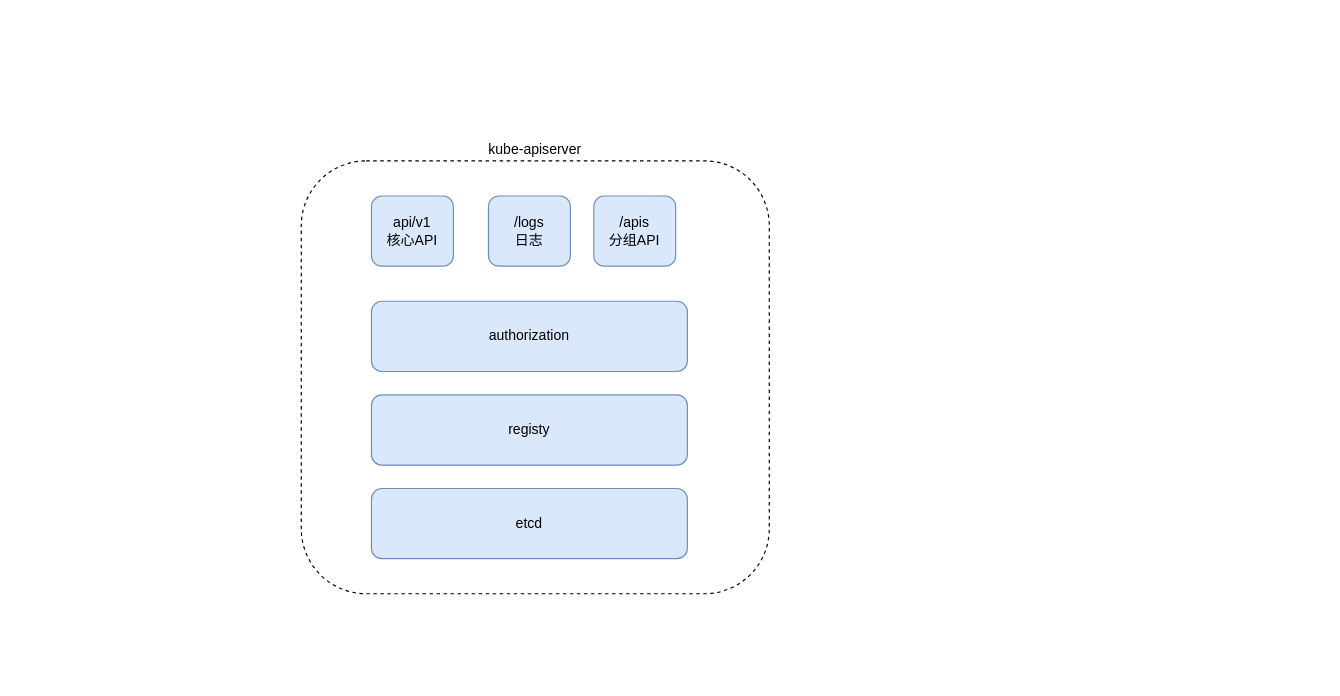
Above: kubernetes.drawio in Venurs/draw (draw.io), before the change. Source tidied: cells renumbered, new cells numbered last; positions are measured from the earlier drawing's top-left corner, leaving out a move shared by most shapes. Both pictures are drawn from the tidied source at 117%, with x=0, y=0 at pixel (301, 160).
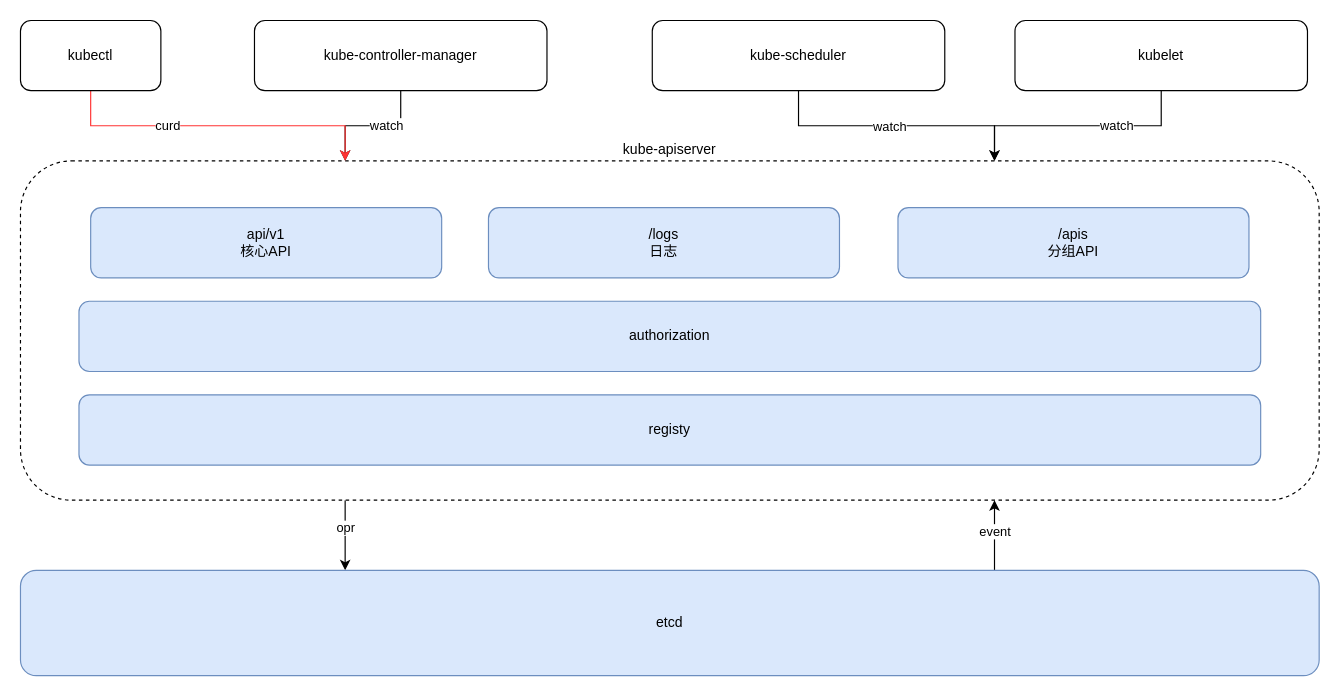
Above is the later version.

The edit, as a diff of the source:
```diff
@@
+    <mxCell id="9" style="edgeStyle=orthogonalEdgeStyle;rounded=0;jettySize=auto;html=1;exitX=0.25;exitY=1;exitDx=0;exitDy=0;entryX=0.25;entryY=0;entryDx=0;entryDy=0;" parent="1" edge="1" source="2" target="6">
+      <mxGeometry relative="1" as="geometry" />
+    </mxCell>
+    <mxCell id="10" value="opr" style="edgeLabel;html=1;align=center;verticalAlign=middle;" parent="9" vertex="1">
+      <mxGeometry x="-0.22" relative="1" as="geometry" />
+    </mxCell>
     <mxCell id="2" value="kube-apiserver" style="rounded=1;whiteSpace=wrap;html=1;dashed=1;labelPosition=center;verticalLabelPosition=top;align=center;verticalAlign=bottom;" parent="1" vertex="1">
-      <mxGeometry width="400" height="370" as="geometry" />
+      <mxGeometry x="-240" width="1110" height="290" as="geometry" />
     </mxCell>
     <mxCell id="3" value="api/v1&lt;br&gt;核心API" style="rounded=1;whiteSpace=wrap;html=1;fillColor=#dae8fc;strokeColor=#6c8ebf;" parent="1" vertex="1">
-      <mxGeometry x="60" y="30" width="70" height="60" as="geometry" />
+      <mxGeometry x="-180" y="40" width="300" height="60" as="geometry" />
     </mxCell>
     <mxCell id="4" value="authorization" style="rounded=1;whiteSpace=wrap;html=1;fillColor=#dae8fc;strokeColor=#6c8ebf;" parent="1" vertex="1">
-      <mxGeometry x="60" y="120" width="270" height="60" as="geometry" />
+      <mxGeometry x="-190" y="120" width="1010" height="60" as="geometry" />
     </mxCell>
     <mxCell id="5" value="registy" style="rounded=1;whiteSpace=wrap;html=1;fillColor=#dae8fc;strokeColor=#6c8ebf;" parent="1" vertex="1">
-      <mxGeometry x="60" y="200" width="270" height="60" as="geometry" />
+      <mxGeometry x="-190" y="200" width="1010" height="60" as="geometry" />
     </mxCell>
+    <mxCell id="11" style="edgeStyle=orthogonalEdgeStyle;rounded=0;jettySize=auto;html=1;exitX=0.75;exitY=0;exitDx=0;exitDy=0;entryX=0.75;entryY=1;entryDx=0;entryDy=0;" parent="1" edge="1" source="6" target="2">
+      <mxGeometry relative="1" as="geometry" />
+    </mxCell>
+    <mxCell id="12" value="event" style="edgeLabel;html=1;align=center;verticalAlign=middle;" parent="11" vertex="1">
+      <mxGeometry x="0.1" relative="1" as="geometry">
+        <mxPoint y="-1" as="offset" />
+      </mxGeometry>
+    </mxCell>
     <mxCell id="6" value="etcd" style="rounded=1;whiteSpace=wrap;html=1;fillColor=#dae8fc;strokeColor=#6c8ebf;" parent="1" vertex="1">
-      <mxGeometry x="60" y="280" width="270" height="60" as="geometry" />
+      <mxGeometry x="-240" y="350" width="1110" height="90" as="geometry" />
     </mxCell>
     <mxCell id="7" value="/logs&lt;br&gt;日志" style="rounded=1;whiteSpace=wrap;html=1;fillColor=#dae8fc;strokeColor=#6c8ebf;" parent="1" vertex="1">
-      <mxGeometry x="160" y="30" width="70" height="60" as="geometry" />
+      <mxGeometry x="160" y="40" width="300" height="60" as="geometry" />
     </mxCell>
     <mxCell id="8" value="/apis&lt;br&gt;分组API" style="rounded=1;whiteSpace=wrap;html=1;fillColor=#dae8fc;strokeColor=#6c8ebf;" parent="1" vertex="1">
-      <mxGeometry x="250" y="30" width="70" height="60" as="geometry" />
+      <mxGeometry x="510" y="40" width="300" height="60" as="geometry" />
     </mxCell>
+    <mxCell id="13" style="edgeStyle=orthogonalEdgeStyle;rounded=0;jettySize=auto;html=1;exitX=0.5;exitY=1;exitDx=0;exitDy=0;entryX=0.25;entryY=0;entryDx=0;entryDy=0;" parent="1" edge="1" source="15" target="2">
+      <mxGeometry relative="1" as="geometry" />
+    </mxCell>
+    <mxCell id="14" value="watch" style="edgeLabel;html=1;align=center;verticalAlign=middle;" parent="13" vertex="1">
+      <mxGeometry x="-0.2" y="-1" relative="1" as="geometry" />
+    </mxCell>
+    <mxCell id="15" value="kube-controller-manager" style="rounded=1;whiteSpace=wrap;html=1;" parent="1" vertex="1">
+      <mxGeometry x="-40" y="-120" width="250" height="60" as="geometry" />
+    </mxCell>
+    <mxCell id="16" style="edgeStyle=orthogonalEdgeStyle;rounded=0;jettySize=auto;html=1;exitX=0.5;exitY=1;exitDx=0;exitDy=0;entryX=0.25;entryY=0;entryDx=0;entryDy=0;strokeColor=#FF3333;" parent="1" edge="1" source="18" target="2">
+      <mxGeometry relative="1" as="geometry" />
+    </mxCell>
+    <mxCell id="17" value="curd" style="edgeLabel;html=1;align=center;verticalAlign=middle;" parent="16" vertex="1">
+      <mxGeometry x="-0.32" y="1" relative="1" as="geometry">
+        <mxPoint x="1" as="offset" />
+      </mxGeometry>
+    </mxCell>
+    <mxCell id="18" value="kubectl" style="rounded=1;whiteSpace=wrap;html=1;" parent="1" vertex="1">
+      <mxGeometry x="-240" y="-120" width="120" height="60" as="geometry" />
+    </mxCell>
+    <mxCell id="19" style="edgeStyle=orthogonalEdgeStyle;rounded=0;jettySize=auto;html=1;exitX=0.5;exitY=1;exitDx=0;exitDy=0;entryX=0.75;entryY=0;entryDx=0;entryDy=0;" parent="1" edge="1" source="21" target="2">
+      <mxGeometry relative="1" as="geometry" />
+    </mxCell>
+    <mxCell id="20" value="watch" style="edgeLabel;html=1;align=center;verticalAlign=middle;" parent="19" vertex="1">
+      <mxGeometry x="-0.06" relative="1" as="geometry" />
+    </mxCell>
+    <mxCell id="21" value="kube-scheduler" style="rounded=1;whiteSpace=wrap;html=1;" parent="1" vertex="1">
+      <mxGeometry x="300" y="-120" width="250" height="60" as="geometry" />
+    </mxCell>
+    <mxCell id="22" style="edgeStyle=orthogonalEdgeStyle;rounded=0;jettySize=auto;html=1;exitX=0.5;exitY=1;exitDx=0;exitDy=0;entryX=0.75;entryY=0;entryDx=0;entryDy=0;" parent="1" edge="1" source="24" target="2">
+      <mxGeometry relative="1" as="geometry" />
+    </mxCell>
+    <mxCell id="23" value="watch" style="edgeLabel;html=1;align=center;verticalAlign=middle;" parent="22" vertex="1">
+      <mxGeometry x="-0.32" y="-1" relative="1" as="geometry" />
+    </mxCell>
+    <mxCell id="24" value="kubelet" style="rounded=1;whiteSpace=wrap;html=1;" parent="1" vertex="1">
+      <mxGeometry x="610" y="-120" width="250" height="60" as="geometry" />
+    </mxCell>
```
